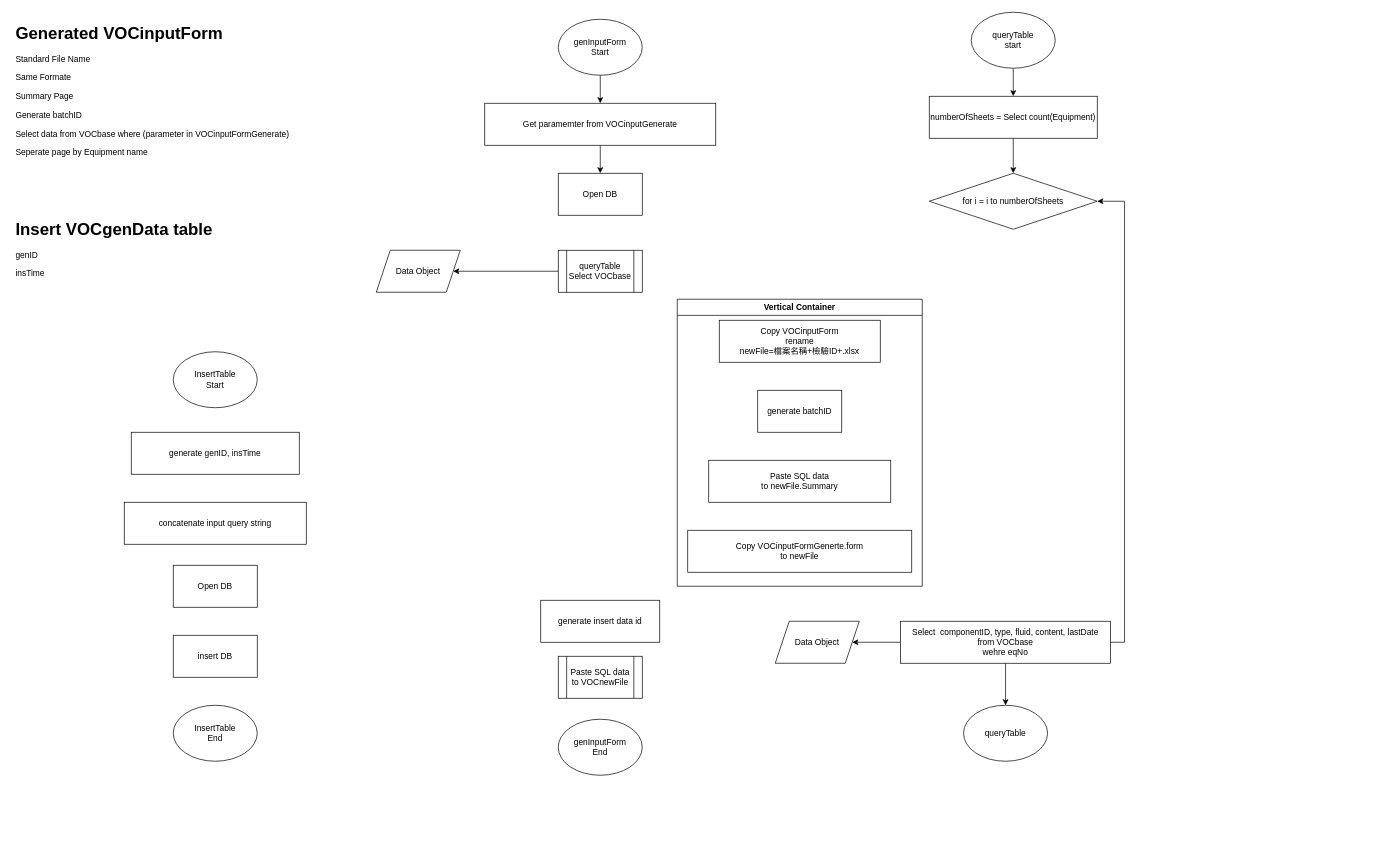
Above: page "AF Main" (2 of 2) of 未命名绘图.drawio in Isa821101/cv (draw.io), before the change. Source tidied: cells renumbered, new cells numbered last; positions are measured from the earlier drawing's top-left corner, leaving out a move shared by most shapes. Both pictures are drawn from the tidied source at 70%, with x=0, y=0 at pixel (12, 12).
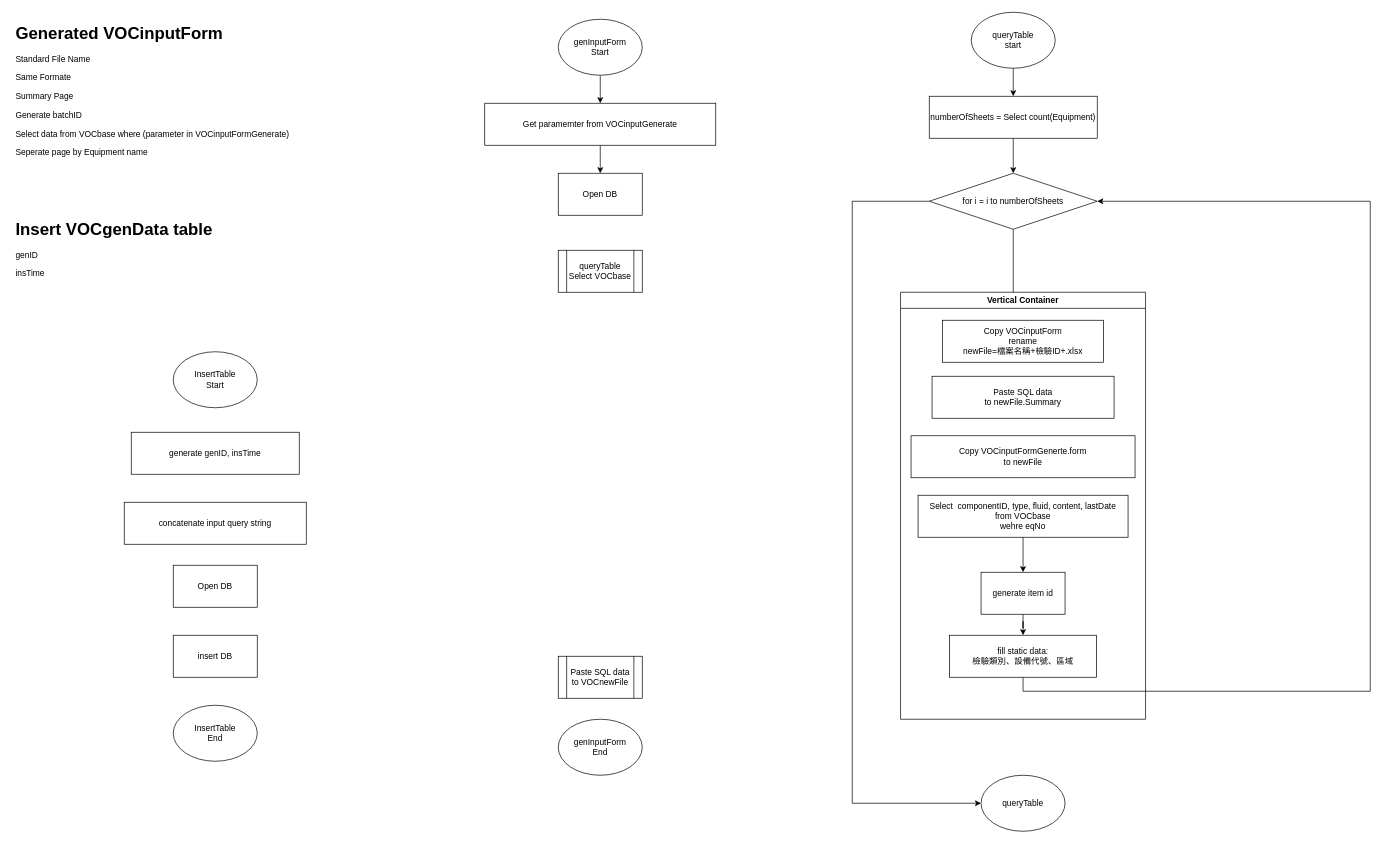
Above is the later version.

The change refers to these unchanged cells:
```xml
<mxCell id="10" value="queryTable&lt;br&gt;Select VOCbase" style="shape=process;whiteSpace=wrap;html=1;backgroundOutline=1;" parent="1" vertex="1">
  <mxGeometry x="780" y="340" width="120" height="60" as="geometry" />
</mxCell>
<mxCell id="29" value="for i = i to numberOfSheets" style="rhombus;whiteSpace=wrap;html=1;" parent="1" vertex="1">
  <mxGeometry x="1310" y="230" width="240" height="80" as="geometry" />
</mxCell>
```

Diff of the diagram source:
```diff
@@
-    <mxCell id="9" style="edgeStyle=orthogonalEdgeStyle;rounded=0;jettySize=auto;html=1;exitX=0;exitY=0.5;exitDx=0;exitDy=0;" parent="1" edge="1" source="10" target="23">
-      <mxGeometry relative="1" as="geometry" />
-    </mxCell>
@@
-    <mxCell id="23" value="Data Object" style="shape=parallelogram;perimeter=parallelogramPerimeter;whiteSpace=wrap;html=1;fixedSize=1;" parent="1" vertex="1">
-      <mxGeometry x="520" y="340" width="120" height="60" as="geometry" />
-    </mxCell>
-    <mxCell id="24" style="edgeStyle=orthogonalEdgeStyle;rounded=0;jettySize=auto;html=1;exitX=0.5;exitY=1;exitDx=0;exitDy=0;" parent="1" edge="1" source="27" target="31">
-      <mxGeometry relative="1" as="geometry" />
-    </mxCell>
-    <mxCell id="25" style="edgeStyle=orthogonalEdgeStyle;rounded=0;jettySize=auto;html=1;exitX=0;exitY=0.5;exitDx=0;exitDy=0;entryX=1;entryY=0.5;entryDx=0;entryDy=0;" parent="1" edge="1" source="27" target="30">
-      <mxGeometry relative="1" as="geometry" />
-    </mxCell>
-    <mxCell id="26" style="edgeStyle=orthogonalEdgeStyle;rounded=0;jettySize=auto;html=1;exitX=1;exitY=0.5;exitDx=0;exitDy=0;entryX=1;entryY=0.5;entryDx=0;entryDy=0;" parent="1" edge="1" source="27" target="29">
-      <mxGeometry relative="1" as="geometry" />
-    </mxCell>
-    <mxCell id="27" value="Select&amp;nbsp; componentID, type, fluid, content, lastDate&lt;br&gt;from VOCbase&lt;br&gt;wehre eqNo" style="rounded=0;whiteSpace=wrap;html=1;" parent="1" vertex="1">
-      <mxGeometry x="1269" y="870" width="300" height="60" as="geometry" />
-    </mxCell>
-    <mxCell id="28" value="generate insert data id" style="rounded=0;whiteSpace=wrap;html=1;" parent="1" vertex="1">
-      <mxGeometry x="755" y="840" width="170" height="60" as="geometry" />
-    </mxCell>
+    <mxCell id="37" style="edgeStyle=orthogonalEdgeStyle;rounded=0;jettySize=auto;html=1;exitX=0.5;exitY=1;exitDx=0;exitDy=0;entryX=0.46;entryY=0.033;entryDx=0;entryDy=0;entryPerimeter=0;" parent="1" edge="1" source="29" target="32">
+      <mxGeometry relative="1" as="geometry" />
+    </mxCell>
+    <mxCell id="38" style="edgeStyle=orthogonalEdgeStyle;rounded=0;jettySize=auto;html=1;entryX=0;entryY=0.5;entryDx=0;entryDy=0;" parent="1" edge="1" source="29" target="31">
+      <mxGeometry relative="1" as="geometry">
+        <Array as="points">
+          <mxPoint x="1200" y="270" />
+          <mxPoint x="1200" y="1130" />
+        </Array>
+      </mxGeometry>
+    </mxCell>
@@
-    <mxCell id="30" value="Data Object" style="shape=parallelogram;perimeter=parallelogramPerimeter;whiteSpace=wrap;html=1;fixedSize=1;" parent="1" vertex="1">
-      <mxGeometry x="1090" y="870" width="120" height="60" as="geometry" />
-    </mxCell>
     <mxCell id="31" value="queryTable" style="ellipse;whiteSpace=wrap;html=1;" parent="1" vertex="1">
-      <mxGeometry x="1359" y="990" width="120" height="80" as="geometry" />
+      <mxGeometry x="1384" y="1090" width="120" height="80" as="geometry" />
     </mxCell>
     <mxCell id="32" value="Vertical Container" style="swimlane;whiteSpace=wrap;html=1;" parent="1" vertex="1">
-      <mxGeometry x="950" y="410" width="350" height="410" as="geometry" />
+      <mxGeometry x="1269" y="400" width="350" height="610" as="geometry" />
     </mxCell>
     <mxCell id="33" value="Copy VOCinputForm&lt;br&gt;rename&lt;br&gt;newFile=檔案名稱+檢驗ID+.xlsx" style="rounded=0;whiteSpace=wrap;html=1;" parent="32" vertex="1">
-      <mxGeometry x="60" y="30" width="230" height="60" as="geometry" />
+      <mxGeometry x="60" y="40" width="230" height="60" as="geometry" />
     </mxCell>
-    <mxCell id="34" value="generate batchID" style="rounded=0;whiteSpace=wrap;html=1;" parent="32" vertex="1">
-      <mxGeometry x="115" y="130" width="120" height="60" as="geometry" />
-    </mxCell>
     <mxCell id="35" value="Paste SQL data &lt;br&gt;to newFile.Summary" style="rounded=0;whiteSpace=wrap;html=1;" parent="32" vertex="1">
-      <mxGeometry x="45" y="230" width="260" height="60" as="geometry" />
+      <mxGeometry x="45" y="120" width="260" height="60" as="geometry" />
     </mxCell>
     <mxCell id="36" value="Copy VOCinputFormGenerte.form&lt;br&gt;to newFile" style="rounded=0;whiteSpace=wrap;html=1;" parent="32" vertex="1">
-      <mxGeometry x="15" y="330" width="320" height="60" as="geometry" />
+      <mxGeometry x="15" y="205" width="320" height="60" as="geometry" />
     </mxCell>
+    <mxCell id="39" value="fill static data: &lt;br&gt;檢驗類別、設備代號、區域" style="rounded=0;whiteSpace=wrap;html=1;" parent="32" vertex="1">
+      <mxGeometry x="70" y="490" width="210" height="60" as="geometry" />
+    </mxCell>
+    <mxCell id="27" value="Select&amp;nbsp; componentID, type, fluid, content, lastDate&lt;br&gt;from VOCbase&lt;br&gt;wehre eqNo" style="rounded=0;whiteSpace=wrap;html=1;" parent="32" vertex="1">
+      <mxGeometry x="25" y="290" width="300" height="60" as="geometry" />
+    </mxCell>
+    <mxCell id="40" style="edgeStyle=orthogonalEdgeStyle;rounded=0;jettySize=auto;html=1;exitX=0.5;exitY=1;exitDx=0;exitDy=0;" parent="32" edge="1" source="41" target="39">
+      <mxGeometry relative="1" as="geometry" />
+    </mxCell>
+    <mxCell id="41" value="generate item id" style="rounded=0;whiteSpace=wrap;html=1;" parent="32" vertex="1">
+      <mxGeometry x="115" y="400" width="120" height="60" as="geometry" />
+    </mxCell>
+    <mxCell id="42" style="edgeStyle=orthogonalEdgeStyle;rounded=0;jettySize=auto;html=1;exitX=0.5;exitY=1;exitDx=0;exitDy=0;" parent="32" edge="1" source="27" target="41">
+      <mxGeometry relative="1" as="geometry" />
+    </mxCell>
+    <mxCell id="43" style="edgeStyle=orthogonalEdgeStyle;rounded=0;jettySize=auto;html=1;exitX=0.5;exitY=1;exitDx=0;exitDy=0;entryX=1;entryY=0.5;entryDx=0;entryDy=0;" parent="1" edge="1" source="39" target="29">
+      <mxGeometry relative="1" as="geometry">
+        <Array as="points">
+          <mxPoint x="1444" y="970" />
+          <mxPoint x="1940" y="970" />
+          <mxPoint x="1940" y="270" />
+        </Array>
+      </mxGeometry>
+    </mxCell>
```
